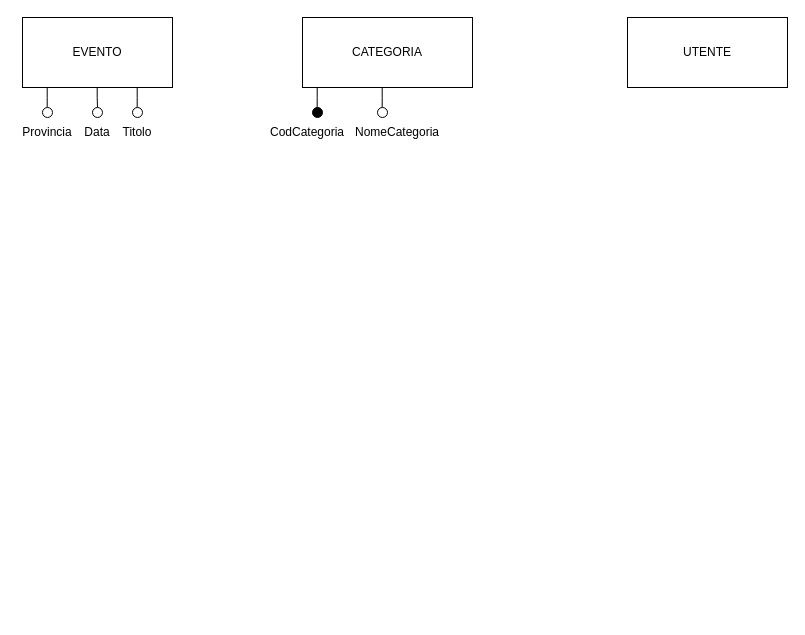
Above: er.drawio in sac11221/mercuriouda (draw.io), before the change. Source tidied: cells renumbered, new cells numbered last; positions are measured from the earlier drawing's top-left corner, leaving out a move shared by most shapes. Both pictures are drawn from the tidied source at 100%, with x=0, y=0 at pixel (17, 17).
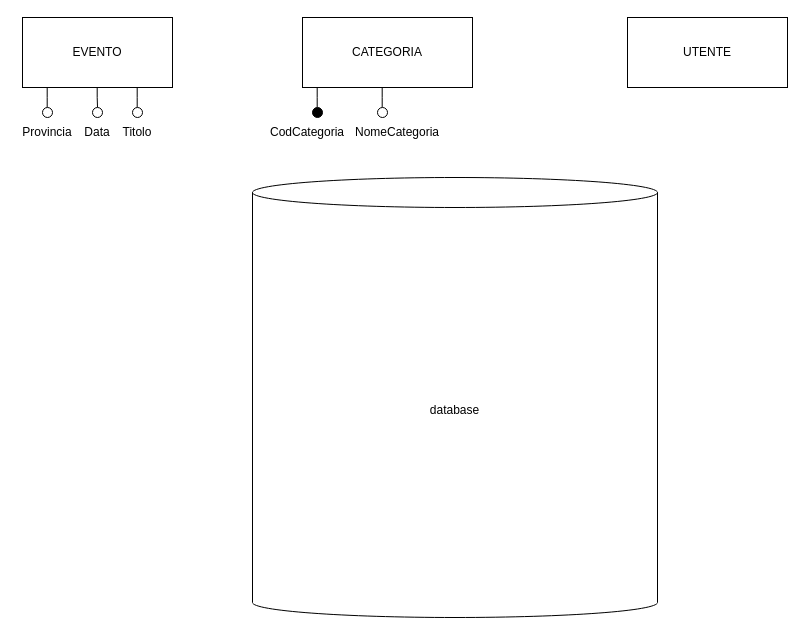
The same page after the edit.

What changed in the source:
```diff
@@
+    <mxCell id="20" value="database" style="shape=cylinder3;whiteSpace=wrap;html=1;boundedLbl=1;backgroundOutline=1;size=15;" parent="1" vertex="1">
+      <mxGeometry x="235" y="160" width="405" height="440" as="geometry" />
+    </mxCell>
```
